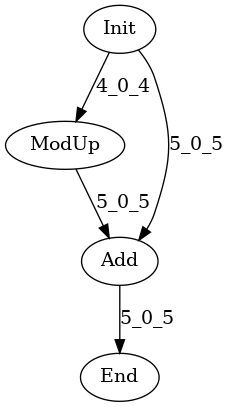
Before: data/graph_poly.dot.png, a diagram exported from Graphviz (hal-lab-u-tokyo/PolyFHE). Its source is kept beside it as data/graph_poly.dot.
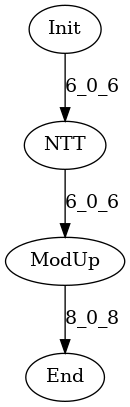
After the change.

Commit message:
Pass NTT&ModUp

Change to the diagram source:
```diff
@@ -1,10 +1,9 @@
 digraph G {
 Init[label="Init"];
 End[label="End"];
+NTT[label="NTT"];
 ModUp[label="ModUp"];
-Add[label="Add"];
-Init -> ModUp[label="4_0_4"];
-ModUp -> Add[label="5_0_5"];
-Init -> Add[label="5_0_5"];
-Add -> End[label="5_0_5"];
+Init -> NTT[label="6_0_6"];
+NTT -> ModUp[label="6_0_6"];
+ModUp -> End[label="8_0_8"];
 }
```
